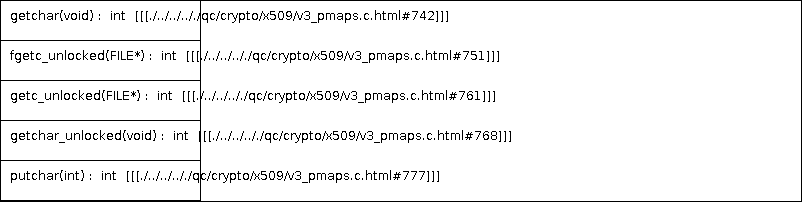
qualitesys/openssl keeps this PlantUML diagram as docs/qc/crypto/x509/v3_pmaps.c.png. Above is the earlier version. Its source is kept beside it as docs/qc/crypto/x509/v3_pmaps.c.puml. Source of this version:
```plantuml
@startuml
!pragma layout smetana
class dummy {
getchar(void) :  int  [[[./../../.././qc/crypto/x509/v3_pmaps.c.html#742]]]
fgetc_unlocked(FILE*) :  int  [[[./../../.././qc/crypto/x509/v3_pmaps.c.html#751]]]
getc_unlocked(FILE*) :  int  [[[./../../.././qc/crypto/x509/v3_pmaps.c.html#761]]]
getchar_unlocked(void) :  int  [[[./../../.././qc/crypto/x509/v3_pmaps.c.html#768]]]
putchar(int) :  int  [[[./../../.././qc/crypto/x509/v3_pmaps.c.html#777]]]
}
@enduml
```
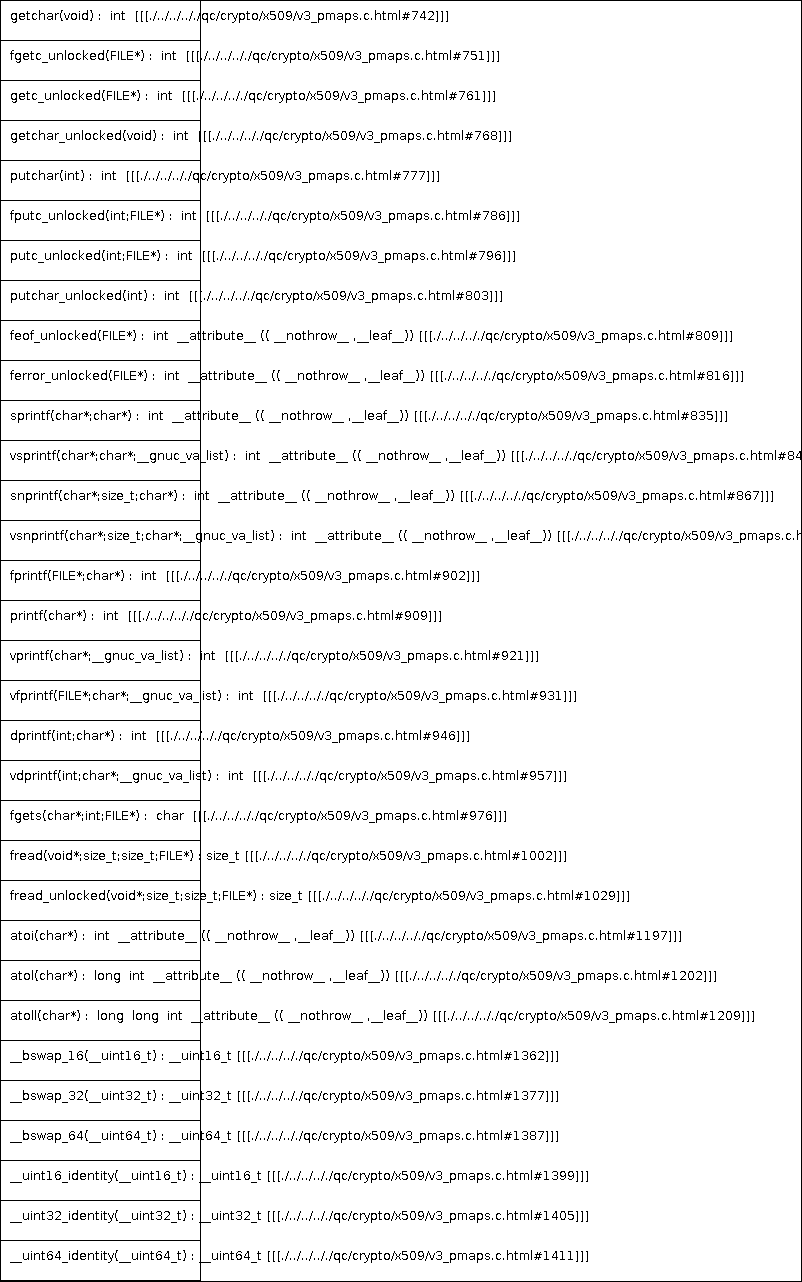
After the change.

What changed in the source:
```diff
@@ -6,5 +6,32 @@
 getc_unlocked(FILE*) :  int  [[[./../../.././qc/crypto/x509/v3_pmaps.c.html#761]]]
 getchar_unlocked(void) :  int  [[[./../../.././qc/crypto/x509/v3_pmaps.c.html#768]]]
 putchar(int) :  int  [[[./../../.././qc/crypto/x509/v3_pmaps.c.html#777]]]
+fputc_unlocked(int;FILE*) :  int  [[[./../../.././qc/crypto/x509/v3_pmaps.c.html#786]]]
+putc_unlocked(int;FILE*) :  int  [[[./../../.././qc/crypto/x509/v3_pmaps.c.html#796]]]
+putchar_unlocked(int) :  int  [[[./../../.././qc/crypto/x509/v3_pmaps.c.html#803]]]
+feof_unlocked(FILE*) :  int  __attribute__ (( __nothrow__ ,__leaf__)) [[[./../../.././qc/crypto/x509/v3_pmaps.c.html#809]]]
+ferror_unlocked(FILE*) :  int  __attribute__ (( __nothrow__ ,__leaf__)) [[[./../../.././qc/crypto/x509/v3_pmaps.c.html#816]]]
+sprintf(char*;char*) :  int  __attribute__ (( __nothrow__ ,__leaf__)) [[[./../../.././qc/crypto/x509/v3_pmaps.c.html#835]]]
+vsprintf(char*;char*;__gnuc_va_list) :  int  __attribute__ (( __nothrow__ ,__leaf__)) [[[./../../.././qc/crypto/x509/v3_pmaps.c.html#848]]]
+snprintf(char*;size_t;char*) :  int  __attribute__ (( __nothrow__ ,__leaf__)) [[[./../../.././qc/crypto/x509/v3_pmaps.c.html#867]]]
+vsnprintf(char*;size_t;char*;__gnuc_va_list) :  int  __attribute__ (( __nothrow__ ,__leaf__)) [[[./../../.././qc/crypto/x509/v3_pmaps.c.html#881]]]
+fprintf(FILE*;char*) :  int  [[[./../../.././qc/crypto/x509/v3_pmaps.c.html#902]]]
+printf(char*) :  int  [[[./../../.././qc/crypto/x509/v3_pmaps.c.html#909]]]
+vprintf(char*;__gnuc_va_list) :  int  [[[./../../.././qc/crypto/x509/v3_pmaps.c.html#921]]]
+vfprintf(FILE*;char*;__gnuc_va_list) :  int  [[[./../../.././qc/crypto/x509/v3_pmaps.c.html#931]]]
+dprintf(int;char*) :  int  [[[./../../.././qc/crypto/x509/v3_pmaps.c.html#946]]]
+vdprintf(int;char*;__gnuc_va_list) :  int  [[[./../../.././qc/crypto/x509/v3_pmaps.c.html#957]]]
+fgets(char*;int;FILE*) :  char  [[[./../../.././qc/crypto/x509/v3_pmaps.c.html#976]]]
+fread(void*;size_t;size_t;FILE*) : size_t [[[./../../.././qc/crypto/x509/v3_pmaps.c.html#1002]]]
+fread_unlocked(void*;size_t;size_t;FILE*) : size_t [[[./../../.././qc/crypto/x509/v3_pmaps.c.html#1029]]]
+atoi(char*) :  int  __attribute__ (( __nothrow__ ,__leaf__)) [[[./../../.././qc/crypto/x509/v3_pmaps.c.html#1197]]]
+atol(char*) :  long  int  __attribute__ (( __nothrow__ ,__leaf__)) [[[./../../.././qc/crypto/x509/v3_pmaps.c.html#1202]]]
+atoll(char*) :  long  long  int  __attribute__ (( __nothrow__ ,__leaf__)) [[[./../../.././qc/crypto/x509/v3_pmaps.c.html#1209]]]
+__bswap_16(__uint16_t) : __uint16_t [[[./../../.././qc/crypto/x509/v3_pmaps.c.html#1362]]]
+__bswap_32(__uint32_t) : __uint32_t [[[./../../.././qc/crypto/x509/v3_pmaps.c.html#1377]]]
+__bswap_64(__uint64_t) : __uint64_t [[[./../../.././qc/crypto/x509/v3_pmaps.c.html#1387]]]
+__uint16_identity(__uint16_t) : __uint16_t [[[./../../.././qc/crypto/x509/v3_pmaps.c.html#1399]]]
+__uint32_identity(__uint32_t) : __uint32_t [[[./../../.././qc/crypto/x509/v3_pmaps.c.html#1405]]]
+__uint64_identity(__uint64_t) : __uint64_t [[[./../../.././qc/crypto/x509/v3_pmaps.c.html#1411]]]
 }
 @enduml
```
